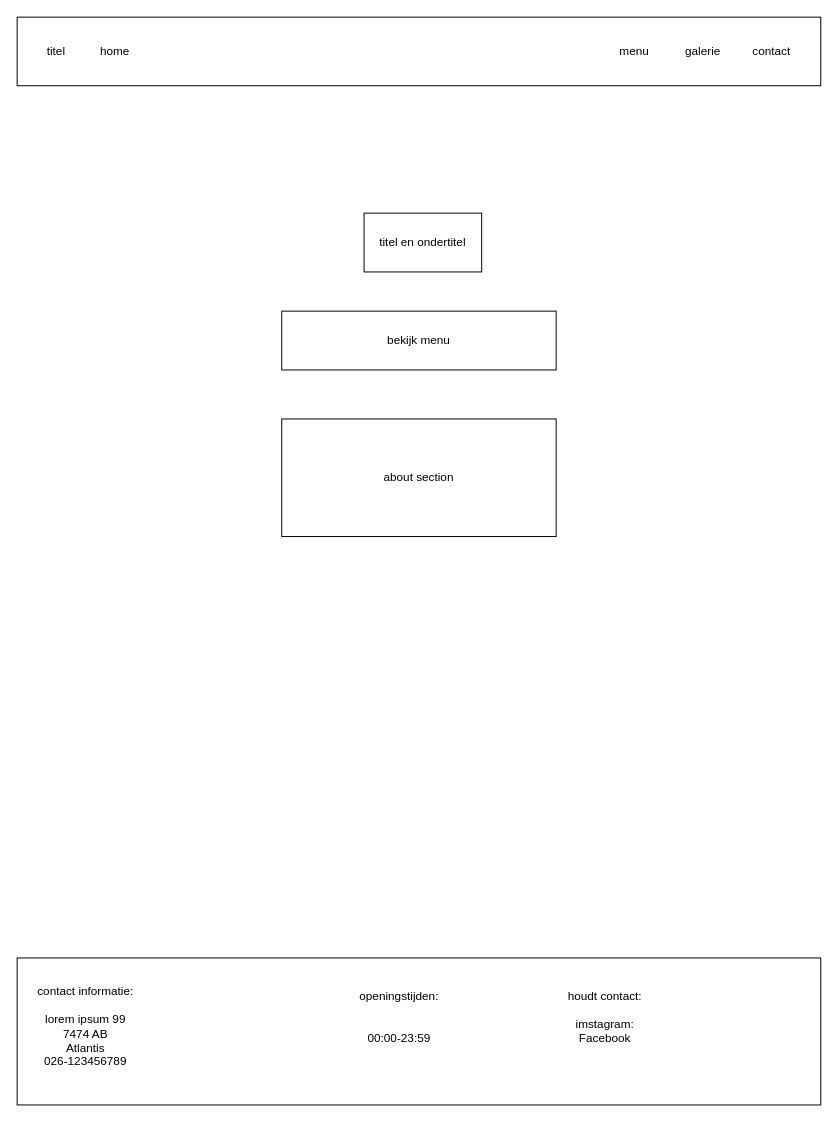
This is page "home pagina" (1 of 4) of website-design.drawio from Yonaki51/webapplicatie-1-restaurant-website, a draw.io file, before an edit. Source tidied: cells renumbered, new cells numbered last; positions are measured from the earlier drawing's top-left corner, leaving out a move shared by most shapes. Both pictures are drawn from the tidied source at 98%, with x=0, y=0 at pixel (17, 17).
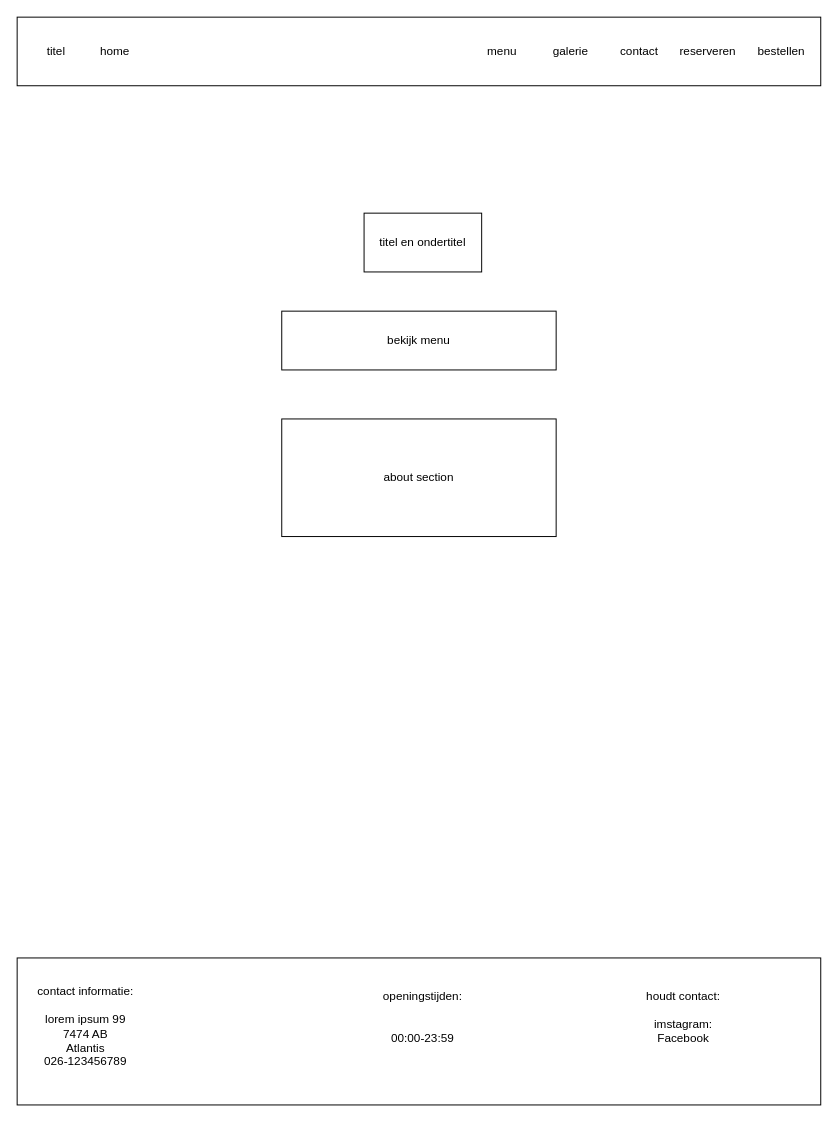
The same page after the edit.

Commit message (it also covers changes not shown here):
reserveren en bestellen knop toegevoegd

Diff of the diagram source:
```diff
@@
 <mxGraphModel>
   <root>
     <mxCell id="0" />
     <mxCell id="1" parent="0" />
     <mxCell id="2" style="rounded=0;whiteSpace=wrap;html=1;" parent="1" vertex="1">
       <mxGeometry width="820" height="70" as="geometry" />
     </mxCell>
     <mxCell id="3" value="home" style="text;html=1;whiteSpace=wrap;strokeColor=none;fillColor=none;align=center;verticalAlign=middle;rounded=0;" parent="1" vertex="1">
       <mxGeometry x="70" y="20" width="60" height="30" as="geometry" />
     </mxCell>
     <mxCell id="4" value="menu" style="text;html=1;whiteSpace=wrap;strokeColor=none;fillColor=none;align=center;verticalAlign=middle;rounded=0;" parent="1" vertex="1">
-      <mxGeometry x="600" y="20" width="60" height="30" as="geometry" />
+      <mxGeometry x="465" y="20" width="60" height="30" as="geometry" />
     </mxCell>
     <mxCell id="5" value="galerie" style="text;html=1;whiteSpace=wrap;strokeColor=none;fillColor=none;align=center;verticalAlign=middle;rounded=0;" parent="1" vertex="1">
-      <mxGeometry x="670" y="20" width="60" height="30" as="geometry" />
+      <mxGeometry x="535" y="20" width="60" height="30" as="geometry" />
     </mxCell>
     <mxCell id="6" value="contact" style="text;html=1;whiteSpace=wrap;strokeColor=none;fillColor=none;align=center;verticalAlign=middle;rounded=0;" parent="1" vertex="1">
-      <mxGeometry x="740" y="20" width="60" height="30" as="geometry" />
+      <mxGeometry x="605" y="20" width="60" height="30" as="geometry" />
     </mxCell>
     <mxCell id="7" value="about section" style="rounded=0;whiteSpace=wrap;html=1;" parent="1" vertex="1">
       <mxGeometry x="270" y="410" width="280" height="120" as="geometry" />
     </mxCell>
     <mxCell id="8" value="bekijk menu" style="rounded=0;whiteSpace=wrap;html=1;" parent="1" vertex="1">
       <mxGeometry x="270" y="300" width="280" height="60" as="geometry" />
     </mxCell>
     <mxCell id="9" value="titel" style="text;html=1;whiteSpace=wrap;strokeColor=none;fillColor=none;align=center;verticalAlign=middle;rounded=0;" parent="1" vertex="1">
       <mxGeometry x="10" y="20" width="60" height="30" as="geometry" />
     </mxCell>
     <mxCell id="10" value="titel en ondertitel" style="rounded=0;whiteSpace=wrap;html=1;" parent="1" vertex="1">
       <mxGeometry x="354" y="200" width="120" height="60" as="geometry" />
     </mxCell>
     <mxCell id="11" style="rounded=0;whiteSpace=wrap;html=1;" parent="1" vertex="1">
       <mxGeometry y="960" width="820" height="150" as="geometry" />
     </mxCell>
     <mxCell id="12" value="contact informatie:&lt;br&gt;&lt;br&gt;lorem ipsum 99&lt;br&gt;7474 AB&lt;br&gt;Atlantis&lt;br&gt;026-123456789" style="text;html=1;align=center;verticalAlign=middle;whiteSpace=wrap;rounded=0;" parent="1" vertex="1">
       <mxGeometry x="10" y="1000" width="120" height="60" as="geometry" />
     </mxCell>
     <mxCell id="13" value="openingstijden:&lt;br&gt;&lt;br&gt;&lt;br&gt;00:00-23:59" style="text;html=1;align=center;verticalAlign=middle;whiteSpace=wrap;rounded=0;" parent="1" vertex="1">
-      <mxGeometry x="330" y="980" width="120" height="80" as="geometry" />
+      <mxGeometry x="354" y="980" width="120" height="80" as="geometry" />
     </mxCell>
     <mxCell id="14" value="houdt contact:&lt;br&gt;&lt;br&gt;imstagram:&lt;br&gt;Facebook" style="text;html=1;align=center;verticalAlign=middle;whiteSpace=wrap;rounded=0;" parent="1" vertex="1">
-      <mxGeometry x="560" y="1000" width="80" height="40" as="geometry" />
+      <mxGeometry x="640" y="1000" width="80" height="40" as="geometry" />
     </mxCell>
+    <mxCell id="15" value="reserveren" style="text;html=1;align=center;verticalAlign=middle;whiteSpace=wrap;rounded=0;" parent="1" vertex="1">
+      <mxGeometry x="675" y="20" width="60" height="30" as="geometry" />
+    </mxCell>
+    <mxCell id="16" value="bestellen" style="text;html=1;align=center;verticalAlign=middle;whiteSpace=wrap;rounded=0;" parent="1" vertex="1">
+      <mxGeometry x="750" y="20" width="60" height="30" as="geometry" />
+    </mxCell>
   </root>
 </mxGraphModel>
```
